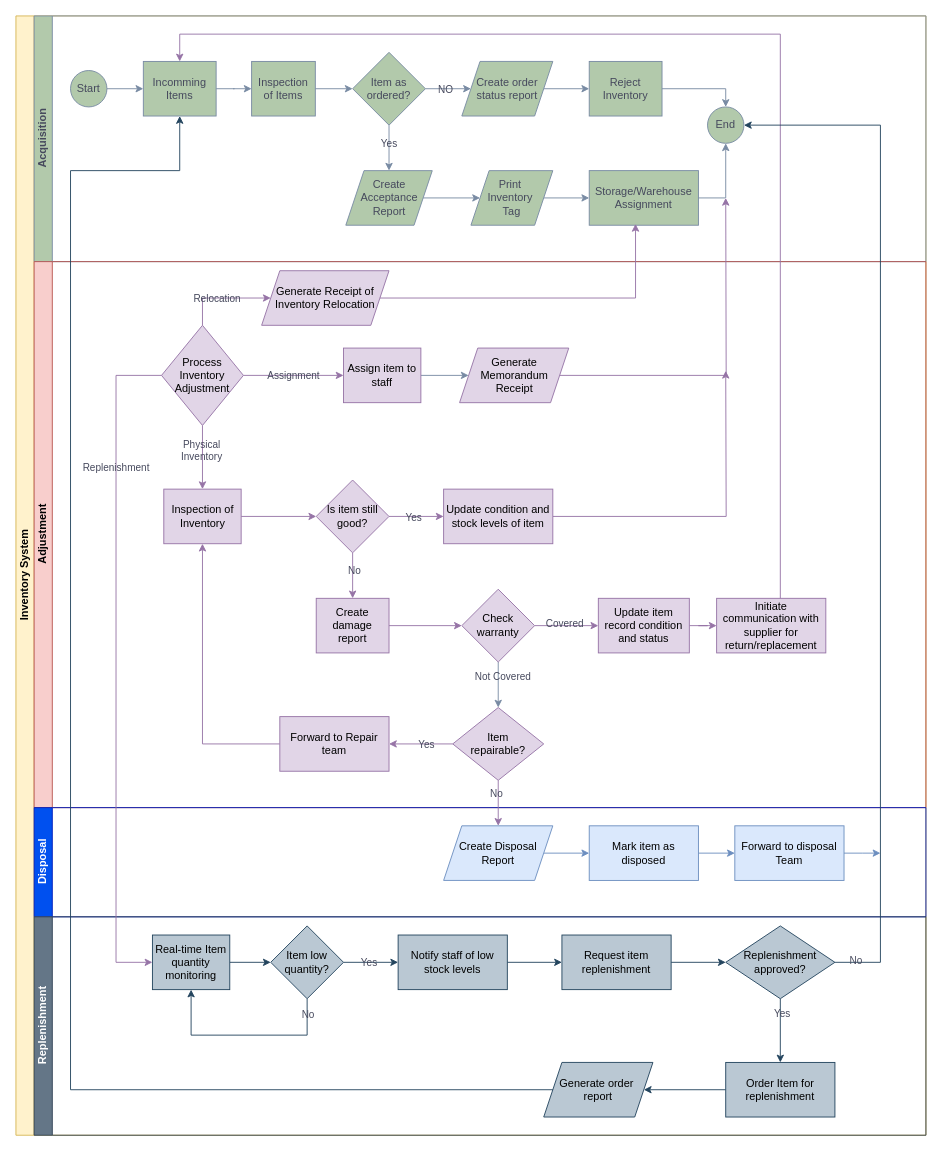
Above: guides/Untitled Diagram.drawio in wackybuddy/asherr-panel (draw.io), before the change. Source tidied: cells renumbered, new cells numbered last; positions are measured from the earlier drawing's top-left corner, leaving out a move shared by most shapes. Both pictures are drawn from the tidied source at 91%, with x=0, y=0 at pixel (15, 15).
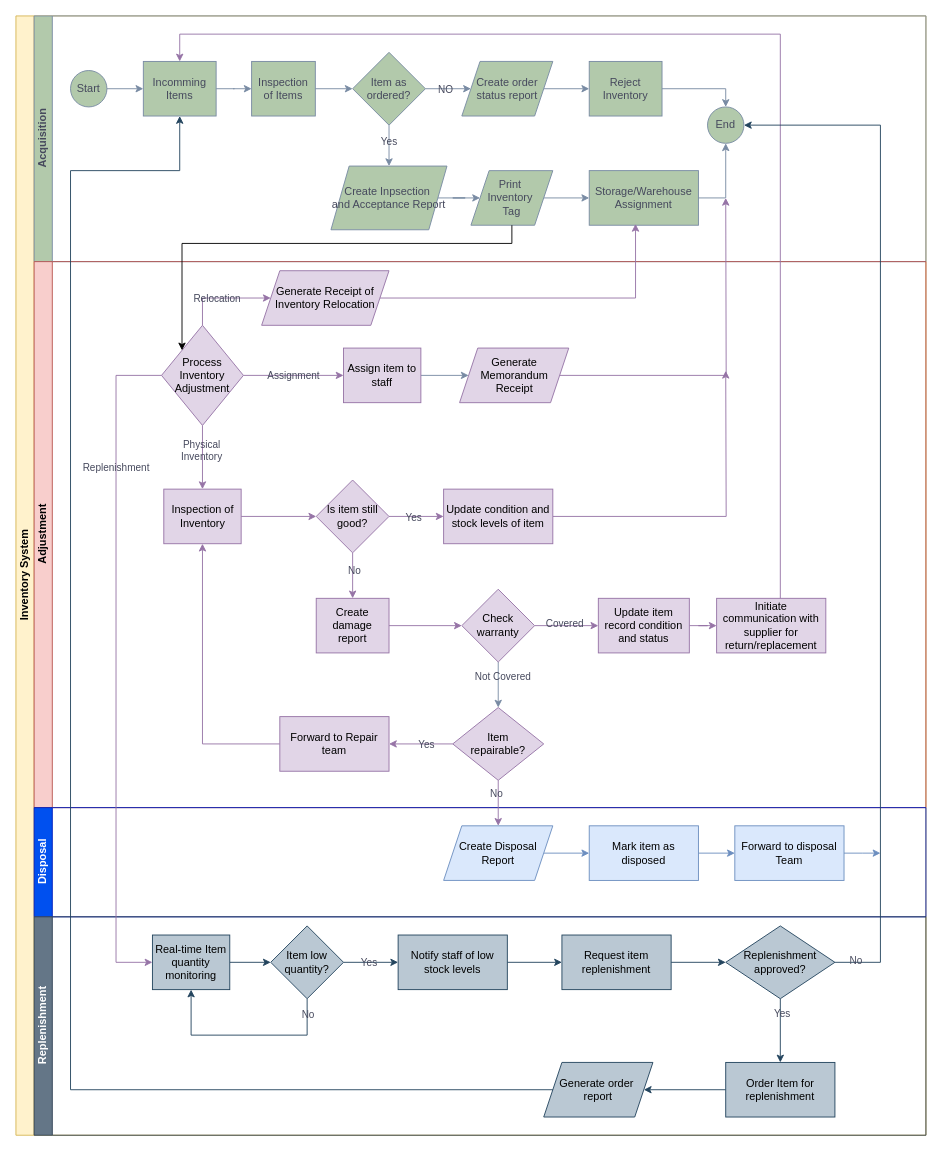
The same diagram, later.

The change refers to these unchanged cells:
```xml
<mxCell id="2" value="Inventory System" style="swimlane;html=1;horizontal=0;startSize=20;labelBackgroundColor=none;fillColor=#fff2cc;strokeColor=#d6b656;" parent="1" vertex="1">
  <mxGeometry width="1000" height="1230" as="geometry" />
</mxCell>
<mxCell id="3" value="Acquisition" style="swimlane;html=1;startSize=20;horizontal=0;labelBackgroundColor=none;fillColor=#B2C9AB;strokeColor=#788AA3;fontColor=#46495D;" parent="2" vertex="1">
  <mxGeometry x="20" width="980" height="270" as="geometry" />
</mxCell>
<mxCell id="23" value="Print&amp;nbsp;&lt;div&gt;Inventory&amp;nbsp;&lt;/div&gt;&lt;div&gt;Tag&lt;/div&gt;" style="whiteSpace=wrap;html=1;fontColor=#46495D;rounded=0;shape=parallelogram;perimeter=parallelogramPerimeter;fixedSize=1;labelBackgroundColor=none;fillColor=#B2C9AB;strokeColor=#788AA3;" parent="3" vertex="1">
  <mxGeometry x="480" y="170" width="90" height="60" as="geometry" />
</mxCell>
<mxCell id="34" value="Process Inventory Adjustment" style="rhombus;whiteSpace=wrap;html=1;rounded=0;labelBackgroundColor=none;fillColor=#e1d5e7;strokeColor=#9673a6;" parent="26" vertex="1">
  <mxGeometry x="140" y="70" width="90" height="110" as="geometry" />
</mxCell>
```

What changed in the source:
```diff
@@
-    <mxCell id="21" value="Create Acceptance Report" style="whiteSpace=wrap;html=1;fontColor=#46495D;rounded=0;shape=parallelogram;perimeter=parallelogramPerimeter;fixedSize=1;labelBackgroundColor=none;fillColor=#B2C9AB;strokeColor=#788AA3;" parent="3" vertex="1">
-      <mxGeometry x="342.5" y="170" width="95" height="60" as="geometry" />
+    <mxCell id="21" value="&lt;div&gt;Create Inpsection&amp;nbsp;&lt;/div&gt;&lt;div&gt;and Acceptance Report&lt;/div&gt;" style="whiteSpace=wrap;html=1;fontColor=#46495D;rounded=0;shape=parallelogram;perimeter=parallelogramPerimeter;fixedSize=1;labelBackgroundColor=none;fillColor=#B2C9AB;strokeColor=#788AA3;" parent="3" vertex="1">
+      <mxGeometry x="326.2" y="165" width="127.5" height="70" as="geometry" />
     </mxCell>
@@
+    <mxCell id="97" style="edgeStyle=orthogonalEdgeStyle;rounded=0;jettySize=auto;html=1;entryX=0;entryY=0;entryDx=0;entryDy=0;" parent="2" edge="1" source="23" target="34">
+      <mxGeometry relative="1" as="geometry">
+        <Array as="points">
+          <mxPoint x="545" y="250" />
+          <mxPoint x="183" y="250" />
+        </Array>
+      </mxGeometry>
+    </mxCell>
```
